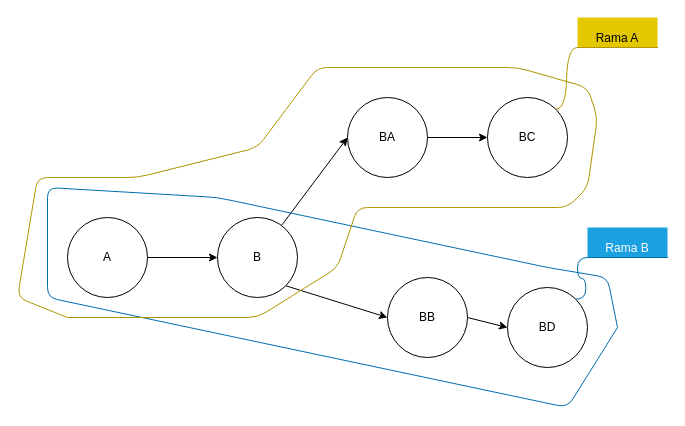
Calcoph/aprende-git keeps this draw.io diagram as page "1" (3 of 3) of diagramas/merge.drawio. Above is the earlier version. Source tidied: cells renumbered, new cells numbered last; positions are measured from the earlier drawing's top-left corner, leaving out a move shared by most shapes. Both pictures are drawn from the tidied source at 100%, with x=0, y=0 at pixel (17, 17).
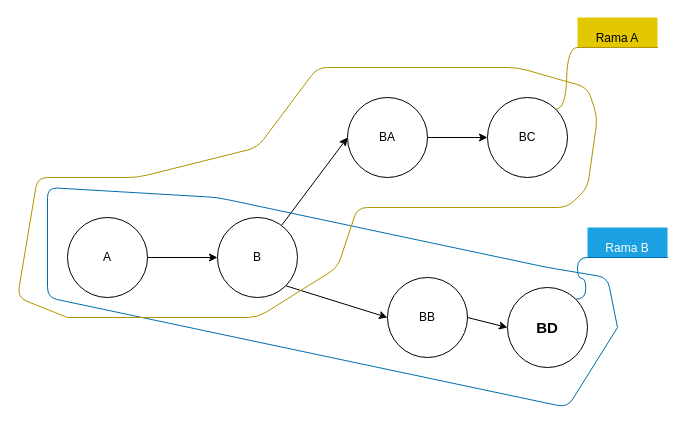
Above is the later version.

What changed in the source:
```diff
@@
-    <mxCell id="17" value="BD" style="ellipse;whiteSpace=wrap;html=1;" parent="1" vertex="1">
+    <mxCell id="17" value="BD" style="ellipse;whiteSpace=wrap;html=1;fontStyle=1;fontSize=15;" parent="1" vertex="1">
       <mxGeometry x="490" y="270" width="80" height="80" as="geometry" />
     </mxCell>
```
